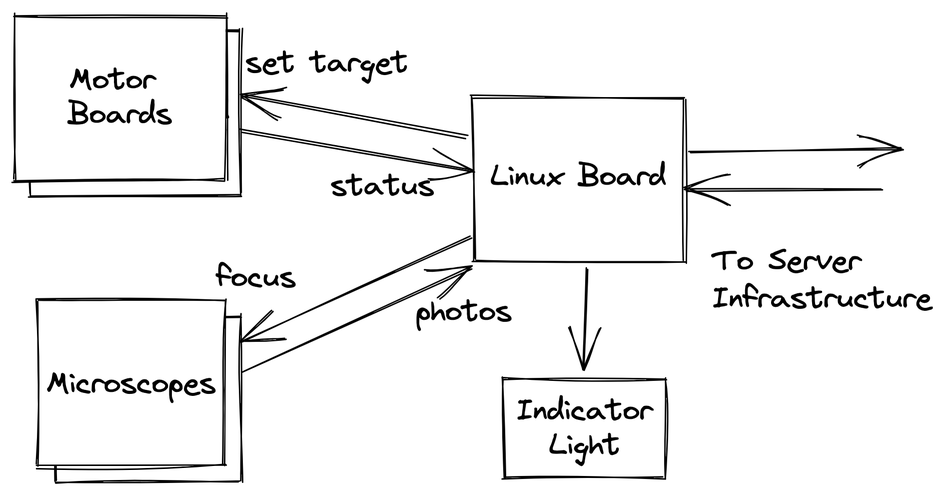
The Excalidraw diagram growth-device.excalidraw.png in alsuren/interview-2022-10-31, before a commit. Source tidied: one line per element, renumbered; positions are measured from the earlier drawing's top-left corner, leaving out a move shared by most shapes.
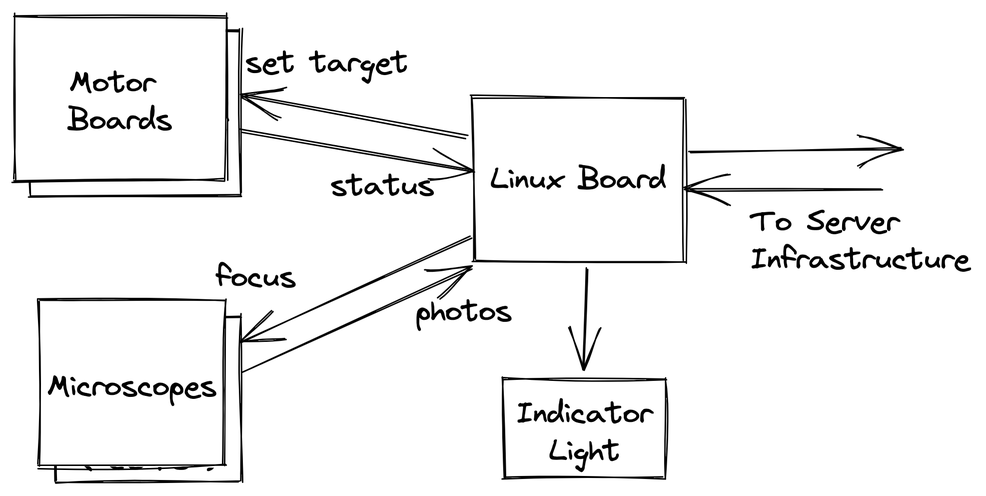
Later version of the same file.

Diff of the diagram source:
```diff
@@ -10,15 +10,15 @@
 {"id": 9, "type": "text", "text": "Linux Board", "strokeColor": "#000000", "strokeWidth": 1, "roughness": 1, "fontSize": 20, "fontFamily": 1, "textAlign": "center", "verticalAlign": "middle", "inside": 8, "x": 311, "y": 97, "width": 130, "height": 25}
 {"id": 10, "type": "arrow", "strokeColor": "#000000", "strokeWidth": 1, "roughness": 1, "endArrowhead": "arrow", "from": 8, "to": 6, "x": 302, "y": 81, "width": 151, "height": 28, "points": [[0, 0], [-151, -28]]}
 {"id": 11, "type": "arrow", "strokeColor": "#000000", "strokeWidth": 1, "roughness": 1, "endArrowhead": "arrow", "from": 4, "to": 8, "x": 151, "y": 77, "width": 154, "height": 26, "points": [[0, 0], [154, 26]]}
-{"id": 12, "type": "rectangle", "strokeColor": "#000000", "backgroundColor": "#fff", "fillStyle": "solid", "strokeWidth": 1, "roughness": 1, "x": 15, "y": 191, "width": 125, "height": 110}
+{"id": 12, "type": "rectangle", "strokeColor": "#000000", "backgroundColor": "#fff", "fillStyle": "solid", "strokeWidth": 1, "roughness": 1, "x": 16, "y": 191, "width": 124, "height": 110}
-{"id": 13, "type": "text", "text": "Microscopes", "strokeColor": "#000000", "strokeWidth": 1, "roughness": 1, "fontSize": 20, "fontFamily": 1, "textAlign": "center", "verticalAlign": "middle", "inside": 12, "x": 20, "y": 234, "width": 115, "height": 23}
+{"id": 13, "type": "text", "text": "Microscopes", "strokeColor": "#000000", "strokeWidth": 1, "roughness": 1, "fontSize": 20, "fontFamily": 1, "textAlign": "center", "verticalAlign": "middle", "inside": 12, "x": 21, "y": 234, "width": 114, "height": 23}
 {"id": 14, "type": "arrow", "strokeColor": "#000000", "strokeWidth": 1, "roughness": 1, "endArrowhead": "arrow", "from": 8, "to": 12, "x": 304, "y": 149, "width": 152, "height": 69, "points": [[0, 0], [-152, 69]]}
 {"id": 15, "type": "text", "text": "focus", "strokeColor": "#000000", "strokeWidth": 1, "roughness": 1, "fontSize": 20, "fontFamily": 1, "x": 134, "y": 162, "width": 54, "height": 25}
-{"id": 16, "type": "arrow", "strokeColor": "#000000", "strokeWidth": 1, "roughness": 1, "endArrowhead": "arrow", "from": 12, "to": 8, "x": 152, "y": 238, "width": 152, "height": 69, "points": [[0, 0], [152, -69]]}
+{"id": 16, "type": "arrow", "strokeColor": "#000000", "strokeWidth": 1, "roughness": 1, "endArrowhead": "arrow", "from": 12, "to": 8, "x": 152, "y": 238, "width": 153, "height": 70, "points": [[0, 0], [153, -70]]}
 {"id": 17, "type": "text", "text": "photos", "strokeColor": "#000000", "strokeWidth": 1, "roughness": 1, "fontSize": 20, "fontFamily": 1, "x": 267, "y": 185, "width": 65, "height": 25}
 {"id": 18, "type": "arrow", "strokeColor": "#000000", "strokeWidth": 1, "roughness": 1, "endArrowhead": "arrow", "from": 8, "x": 450, "y": 91, "width": 140, "height": 2, "points": [[0, 0], [140, -2]]}
-{"id": 19, "type": "arrow", "strokeColor": "#000000", "strokeWidth": 1, "roughness": 1, "endArrowhead": "arrow", "to": 8, "x": 578, "y": 115, "width": 131, "height": 1, "points": [[0, 0], [-131, 1]]}
+{"id": 19, "type": "arrow", "strokeColor": "#000000", "strokeWidth": 1, "roughness": 1, "endArrowhead": "arrow", "from": 20, "to": 8, "x": 578, "y": 115, "width": 131, "height": 1, "points": [[0, 0], [-131, 1]]}
-{"id": 20, "type": "text", "text": "To Server\nInfrastructure", "strokeColor": "#000000", "strokeWidth": 1, "roughness": 1, "fontSize": 20, "fontFamily": 1, "x": 465, "y": 151, "width": 147, "height": 50}
+{"id": 20, "type": "text", "text": "To Server\nInfrastructure", "strokeColor": "#000000", "strokeWidth": 1, "roughness": 1, "fontSize": 20, "fontFamily": 1, "x": 491, "y": 125, "width": 147, "height": 50}
 {"id": 21, "type": "rectangle", "strokeColor": "#000000", "backgroundColor": "#fff", "fillStyle": "solid", "strokeWidth": 1, "roughness": 1, "x": 326, "y": 243, "width": 108, "height": 66}
 {"id": 22, "type": "text", "text": "Indicator\nLight", "strokeColor": "#000000", "backgroundColor": "#fff", "fillStyle": "solid", "strokeWidth": 1, "roughness": 1, "fontSize": 20, "fontFamily": 1, "textAlign": "center", "verticalAlign": "middle", "inside": 21, "x": 331, "y": 252, "width": 98, "height": 46}
 {"id": 23, "type": "arrow", "strokeColor": "#000000", "backgroundColor": "#fff", "fillStyle": "solid", "strokeWidth": 1, "roughness": 1, "endArrowhead": "arrow", "from": 8, "to": 21, "x": 381, "y": 170, "width": 2, "height": 65, "points": [[0, 0], [-2, 65]]}
```
